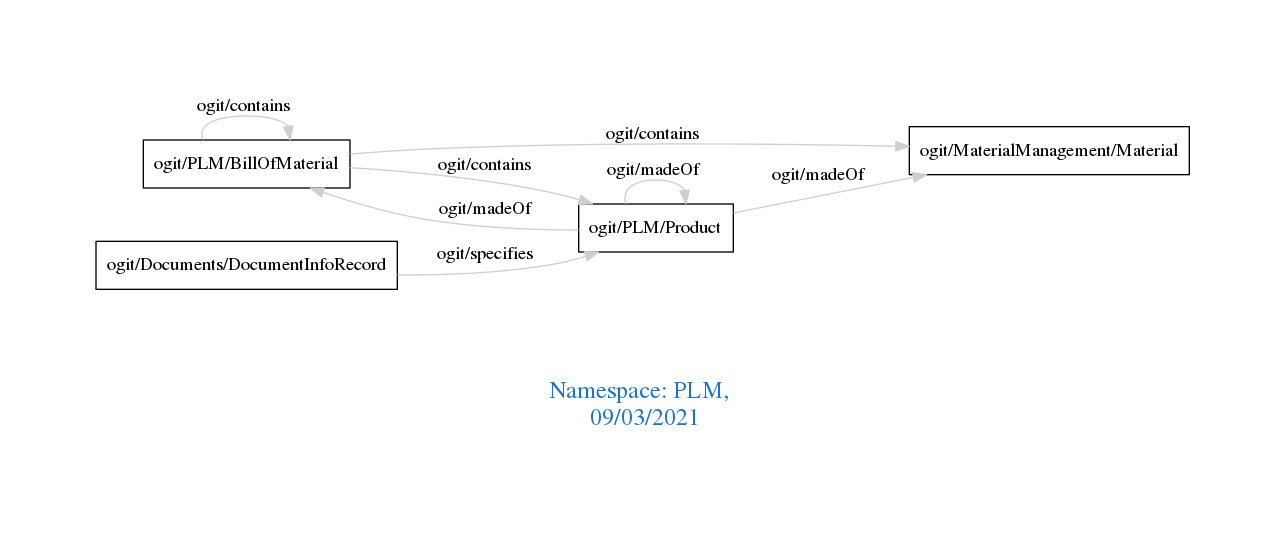
Earlier version of the Graphviz export downloads/PLM.png (arago/OGIT). Its source is kept beside it as downloads/PLM.dot. The source it was exported from:
```dot
digraph OGIT_ontology {
 graph [ rankdir= LR,pad=1
fontsize = 18,
fontcolor= dodgerblue3,label = "\n\n\nNamespace: PLM, \n 09/03/2021"];
node[shape=polygon];
edge [  color="gray81"];

   "ogit/PLM/BillOfMaterial" -> "ogit/PLM/Product" [label="   ogit/contains    "];
   "ogit/PLM/BillOfMaterial" -> "ogit/MaterialManagement/Material" [label="   ogit/contains    "];
   "ogit/Documents/DocumentInfoRecord" -> "ogit/PLM/Product" [label="   ogit/specifies    "];
   "ogit/PLM/Product" -> "ogit/PLM/BillOfMaterial" [label="   ogit/madeOf    "];
   "ogit/PLM/Product" -> "ogit/MaterialManagement/Material" [label="   ogit/madeOf    "];
   "ogit/PLM/BillOfMaterial" -> "ogit/PLM/BillOfMaterial" [label="   ogit/contains    "];
   "ogit/PLM/Product" -> "ogit/PLM/Product" [label="   ogit/madeOf    "];
}
```
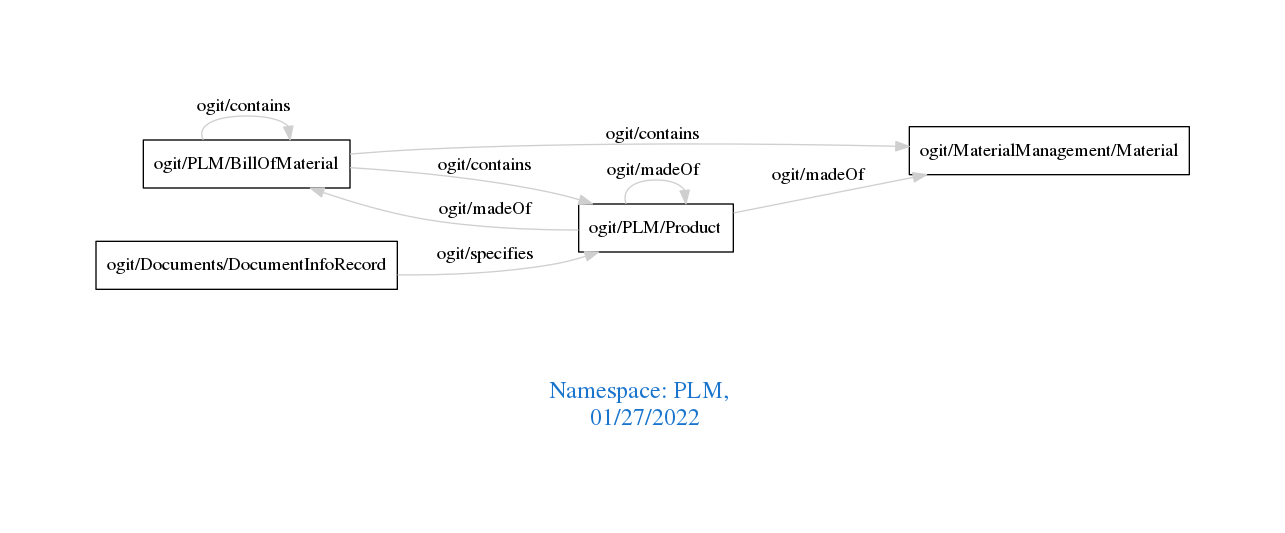
Later version of the same file.

The edit, as a diff of the source:
```diff
@@ -1,7 +1,7 @@
 digraph OGIT_ontology {
  graph [ rankdir= LR,pad=1
 fontsize = 18,
-fontcolor= dodgerblue3,label = "\n\n\nNamespace: PLM, \n 09/03/2021"];
+fontcolor= dodgerblue3,label = "\n\n\nNamespace: PLM, \n 01/27/2022"];
 node[shape=polygon];
 edge [  color="gray81"];
 
```
